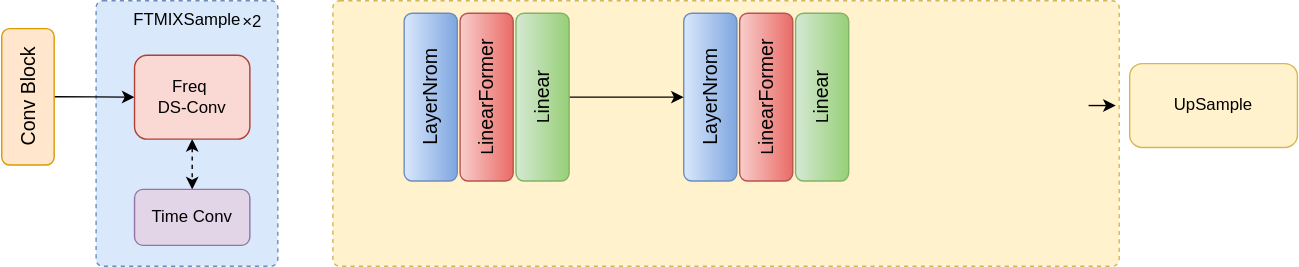
Earlier version of the draw.io export EnhanceNet.svg (cwhm123/EnhanceNet). Source tidied: cells renumbered, new cells last; positions are measured from the earlier drawing's top-left corner, leaving out a move shared by most shapes. The source it was exported from:
```xml
<mxGraphModel>
  <root>
    <mxCell id="0" />
    <mxCell id="1" parent="0" />
    <mxCell id="2" style="html=1;align=center;verticalAlign=top;rounded=1;absoluteArcSize=1;arcSize=10;dashed=1;whiteSpace=wrap;fillColor=#fff2cc;strokeColor=#d6b656;" parent="1" vertex="1">
      <mxGeometry x="267" width="562.5" height="190" as="geometry" />
    </mxCell>
    <mxCell id="3" value="&lt;font style=&quot;font-size: 14px;&quot;&gt;LayerNrom&lt;/font&gt;" style="rounded=1;whiteSpace=wrap;html=1;rotation=-90;fillColor=#dae8fc;strokeColor=#6c8ebf;gradientColor=#7ea6e0;" parent="1" vertex="1">
      <mxGeometry x="277" y="50" width="120" height="38" as="geometry" />
    </mxCell>
    <mxCell id="4" value="&lt;font style=&quot;font-size: 14px;&quot;&gt;LayerNrom&lt;/font&gt;" style="rounded=1;whiteSpace=wrap;html=1;rotation=-90;fillColor=#dae8fc;strokeColor=#6c8ebf;gradientColor=#7ea6e0;" parent="1" vertex="1">
      <mxGeometry x="477" y="50" width="120" height="38" as="geometry" />
    </mxCell>
    <mxCell id="5" value="L&lt;font style=&quot;font-size: 14px;&quot;&gt;inearFormer&lt;/font&gt;" style="rounded=1;whiteSpace=wrap;html=1;rotation=-90;fillColor=#f8cecc;strokeColor=#b85450;gradientColor=#ea6b66;" parent="1" vertex="1">
      <mxGeometry x="317" y="50" width="120" height="38" as="geometry" />
    </mxCell>
    <mxCell id="6" value="L&lt;font style=&quot;font-size: 14px;&quot;&gt;inearFormer&lt;/font&gt;" style="rounded=1;whiteSpace=wrap;html=1;rotation=-90;fillColor=#f8cecc;strokeColor=#b85450;gradientColor=#ea6b66;" parent="1" vertex="1">
      <mxGeometry x="517" y="50" width="120" height="38" as="geometry" />
    </mxCell>
    <mxCell id="7" style="edgeStyle=orthogonalEdgeStyle;rounded=0;jettySize=auto;html=1;exitX=0.5;exitY=1;exitDx=0;exitDy=0;entryX=0.5;entryY=0;entryDx=0;entryDy=0;flowAnimation=0;" parent="1" edge="1" source="8" target="4">
      <mxGeometry relative="1" as="geometry" />
    </mxCell>
    <mxCell id="8" value="L&lt;font style=&quot;font-size: 14px;&quot;&gt;inear&lt;/font&gt;" style="rounded=1;whiteSpace=wrap;html=1;rotation=-90;fillColor=#d5e8d4;strokeColor=#82b366;gradientColor=#97d077;" parent="1" vertex="1">
      <mxGeometry x="357" y="50" width="120" height="38" as="geometry" />
    </mxCell>
    <mxCell id="9" value="L&lt;font style=&quot;font-size: 14px;&quot;&gt;inear&lt;/font&gt;" style="rounded=1;whiteSpace=wrap;html=1;rotation=-90;fillColor=#d5e8d4;strokeColor=#82b366;gradientColor=#97d077;" parent="1" vertex="1">
      <mxGeometry x="557" y="50" width="120" height="38" as="geometry" />
    </mxCell>
    <mxCell id="10" value="FTMIXSample" style="html=1;align=center;verticalAlign=top;rounded=1;absoluteArcSize=1;arcSize=10;dashed=1;whiteSpace=wrap;fillColor=#dae8fc;strokeColor=#6c8ebf;" parent="1" vertex="1">
      <mxGeometry x="97.6" width="130" height="190" as="geometry" />
    </mxCell>
    <mxCell id="11" style="edgeStyle=orthogonalEdgeStyle;rounded=0;jettySize=auto;html=1;exitX=0.5;exitY=1;exitDx=0;exitDy=0;" parent="1" edge="1" source="12" target="14">
      <mxGeometry relative="1" as="geometry" />
    </mxCell>
    <mxCell id="12" value="&lt;span style=&quot;font-size: 14px;&quot;&gt;Conv Block&lt;/span&gt;" style="rounded=1;whiteSpace=wrap;html=1;rotation=-90;fillColor=#ffe6cc;strokeColor=#d79b00;" parent="1" vertex="1">
      <mxGeometry x="0.1" y="50" width="97.5" height="37.5" as="geometry" />
    </mxCell>
    <mxCell id="13" style="edgeStyle=orthogonalEdgeStyle;rounded=0;jettySize=auto;html=1;exitX=0.5;exitY=1;exitDx=0;exitDy=0;entryX=0.5;entryY=0;entryDx=0;entryDy=0;dashed=1;startArrow=classic;startFill=1;endArrow=classic;endFill=1;" parent="1" edge="1" source="14" target="15">
      <mxGeometry relative="1" as="geometry" />
    </mxCell>
    <mxCell id="14" value="Freq&amp;nbsp;&lt;div&gt;DS-Conv&lt;/div&gt;" style="rounded=1;whiteSpace=wrap;html=1;rotation=0;fillColor=#fad9d5;strokeColor=#ae4132;" parent="1" vertex="1">
      <mxGeometry x="125.1" y="39" width="82.5" height="60" as="geometry" />
    </mxCell>
    <mxCell id="15" value="Time Conv" style="rounded=1;whiteSpace=wrap;html=1;rotation=0;fillColor=#e1d5e7;strokeColor=#9673a6;" parent="1" vertex="1">
      <mxGeometry x="125.1" y="135" width="82.5" height="40" as="geometry" />
    </mxCell>
    <mxCell id="16" style="edgeStyle=orthogonalEdgeStyle;rounded=0;orthogonalLoop=1;jettySize=auto;html=1;exitX=1;exitY=0.5;exitDx=0;exitDy=0;" parent="1" edge="1">
      <mxGeometry relative="1" as="geometry">
        <mxPoint x="807.6" y="75" as="sourcePoint" />
        <mxPoint x="827" y="75.2" as="targetPoint" />
      </mxGeometry>
    </mxCell>
    <mxCell id="17" value="UpSample" style="rounded=1;whiteSpace=wrap;html=1;fillColor=#fff2cc;strokeColor=#d6b656;" parent="1" vertex="1">
      <mxGeometry x="837" y="45" width="120" height="60" as="geometry" />
    </mxCell>
    <mxCell id="18" value="×2" style="text;html=1;align=center;verticalAlign=middle;strokeColor=none;fillColor=none;" parent="1" vertex="1">
      <mxGeometry x="188.9" width="40" height="30" as="geometry" />
    </mxCell>
  </root>
</mxGraphModel>
```
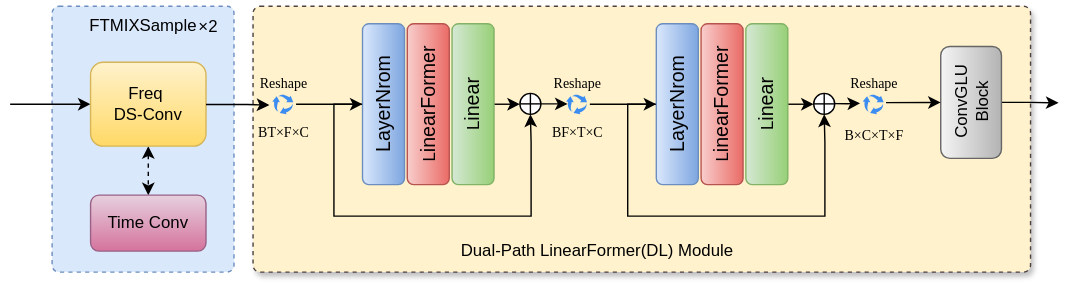
The same diagram one commit later.

Diff of the diagram source:
```diff
@@ -2,59 +2,154 @@
   <root>
     <mxCell id="0" />
     <mxCell id="1" parent="0" />
-    <mxCell id="2" style="html=1;align=center;verticalAlign=top;rounded=1;absoluteArcSize=1;arcSize=10;dashed=1;whiteSpace=wrap;fillColor=#fff2cc;strokeColor=#d6b656;" parent="1" vertex="1">
-      <mxGeometry x="267" width="562.5" height="190" as="geometry" />
+    <mxCell id="2" value="&amp;nbsp;" style="html=1;align=center;verticalAlign=top;rounded=1;absoluteArcSize=1;arcSize=10;dashed=1;whiteSpace=wrap;fillColor=#fff2cc;strokeColor=light-dark(#4f4040, #6d5100);glass=0;shadow=1;" parent="1" vertex="1">
+      <mxGeometry x="241.2" width="555.8" height="190" as="geometry" />
     </mxCell>
+    <mxCell id="19" style="edgeStyle=orthogonalEdgeStyle;rounded=0;jettySize=auto;html=1;exitX=0.5;exitY=0;exitDx=0;exitDy=0;entryX=0.5;entryY=1;entryDx=0;entryDy=0;" parent="1" edge="1" source="3" target="26">
+      <mxGeometry relative="1" as="geometry">
+        <Array as="points">
+          <mxPoint x="299" y="70" />
+          <mxPoint x="299" y="150" />
+          <mxPoint x="440" y="150" />
+          <mxPoint x="440" y="97" />
+        </Array>
+      </mxGeometry>
+    </mxCell>
     <mxCell id="3" value="&lt;font style=&quot;font-size: 14px;&quot;&gt;LayerNrom&lt;/font&gt;" style="rounded=1;whiteSpace=wrap;html=1;rotation=-90;fillColor=#dae8fc;strokeColor=#6c8ebf;gradientColor=#7ea6e0;" parent="1" vertex="1">
-      <mxGeometry x="277" y="50" width="120" height="38" as="geometry" />
+      <mxGeometry x="277" y="55" width="115" height="30" as="geometry" />
     </mxCell>
+    <mxCell id="20" style="edgeStyle=orthogonalEdgeStyle;rounded=0;jettySize=auto;html=1;exitX=0.5;exitY=0;exitDx=0;exitDy=0;entryX=0.5;entryY=1;entryDx=0;entryDy=0;" parent="1" edge="1" source="4" target="31">
+      <mxGeometry relative="1" as="geometry">
+        <Array as="points">
+          <mxPoint x="509" y="70" />
+          <mxPoint x="509" y="150" />
+          <mxPoint x="650" y="150" />
+          <mxPoint x="650" y="97" />
+        </Array>
+      </mxGeometry>
+    </mxCell>
     <mxCell id="4" value="&lt;font style=&quot;font-size: 14px;&quot;&gt;LayerNrom&lt;/font&gt;" style="rounded=1;whiteSpace=wrap;html=1;rotation=-90;fillColor=#dae8fc;strokeColor=#6c8ebf;gradientColor=#7ea6e0;" parent="1" vertex="1">
-      <mxGeometry x="477" y="50" width="120" height="38" as="geometry" />
+      <mxGeometry x="487" y="55" width="115" height="30" as="geometry" />
     </mxCell>
     <mxCell id="5" value="L&lt;font style=&quot;font-size: 14px;&quot;&gt;inearFormer&lt;/font&gt;" style="rounded=1;whiteSpace=wrap;html=1;rotation=-90;fillColor=#f8cecc;strokeColor=#b85450;gradientColor=#ea6b66;" parent="1" vertex="1">
-      <mxGeometry x="317" y="50" width="120" height="38" as="geometry" />
+      <mxGeometry x="309" y="55" width="115" height="30" as="geometry" />
     </mxCell>
     <mxCell id="6" value="L&lt;font style=&quot;font-size: 14px;&quot;&gt;inearFormer&lt;/font&gt;" style="rounded=1;whiteSpace=wrap;html=1;rotation=-90;fillColor=#f8cecc;strokeColor=#b85450;gradientColor=#ea6b66;" parent="1" vertex="1">
-      <mxGeometry x="517" y="50" width="120" height="38" as="geometry" />
+      <mxGeometry x="519" y="55" width="115" height="30" as="geometry" />
     </mxCell>
-    <mxCell id="7" style="edgeStyle=orthogonalEdgeStyle;rounded=0;jettySize=auto;html=1;exitX=0.5;exitY=1;exitDx=0;exitDy=0;entryX=0.5;entryY=0;entryDx=0;entryDy=0;flowAnimation=0;" parent="1" edge="1" source="8" target="4">
-      <mxGeometry relative="1" as="geometry" />
-    </mxCell>
+    <mxCell id="21" style="edgeStyle=orthogonalEdgeStyle;rounded=0;jettySize=auto;html=1;exitX=0.5;exitY=1;exitDx=0;exitDy=0;entryX=0;entryY=0.5;entryDx=0;entryDy=0;" parent="1" edge="1" source="8" target="26">
+      <mxGeometry relative="1" as="geometry" />
+    </mxCell>
     <mxCell id="8" value="L&lt;font style=&quot;font-size: 14px;&quot;&gt;inear&lt;/font&gt;" style="rounded=1;whiteSpace=wrap;html=1;rotation=-90;fillColor=#d5e8d4;strokeColor=#82b366;gradientColor=#97d077;" parent="1" vertex="1">
-      <mxGeometry x="357" y="50" width="120" height="38" as="geometry" />
+      <mxGeometry x="341" y="55" width="115" height="30" as="geometry" />
     </mxCell>
+    <mxCell id="22" style="edgeStyle=orthogonalEdgeStyle;rounded=0;jettySize=auto;html=1;exitX=0.5;exitY=1;exitDx=0;exitDy=0;entryX=0;entryY=0.5;entryDx=0;entryDy=0;" parent="1" edge="1" source="9" target="31">
+      <mxGeometry relative="1" as="geometry" />
+    </mxCell>
     <mxCell id="9" value="L&lt;font style=&quot;font-size: 14px;&quot;&gt;inear&lt;/font&gt;" style="rounded=1;whiteSpace=wrap;html=1;rotation=-90;fillColor=#d5e8d4;strokeColor=#82b366;gradientColor=#97d077;" parent="1" vertex="1">
-      <mxGeometry x="557" y="50" width="120" height="38" as="geometry" />
+      <mxGeometry x="551" y="55" width="115" height="30" as="geometry" />
     </mxCell>
     <mxCell id="10" value="FTMIXSample" style="html=1;align=center;verticalAlign=top;rounded=1;absoluteArcSize=1;arcSize=10;dashed=1;whiteSpace=wrap;fillColor=#dae8fc;strokeColor=#6c8ebf;" parent="1" vertex="1">
       <mxGeometry x="97.6" width="130" height="190" as="geometry" />
     </mxCell>
-    <mxCell id="11" style="edgeStyle=orthogonalEdgeStyle;rounded=0;jettySize=auto;html=1;exitX=0.5;exitY=1;exitDx=0;exitDy=0;" parent="1" edge="1" source="12" target="14">
-      <mxGeometry relative="1" as="geometry" />
+    <mxCell id="11" style="edgeStyle=orthogonalEdgeStyle;rounded=0;jettySize=auto;html=1;exitX=0.5;exitY=1;exitDx=0;exitDy=0;" parent="1" edge="1" target="14">
+      <mxGeometry relative="1" as="geometry">
+        <mxPoint x="67.6" y="70" as="sourcePoint" />
+        <Array as="points">
+          <mxPoint x="87" y="70" />
+          <mxPoint x="87" y="70" />
+        </Array>
+      </mxGeometry>
     </mxCell>
-    <mxCell id="12" value="&lt;span style=&quot;font-size: 14px;&quot;&gt;Conv Block&lt;/span&gt;" style="rounded=1;whiteSpace=wrap;html=1;rotation=-90;fillColor=#ffe6cc;strokeColor=#d79b00;" parent="1" vertex="1">
-      <mxGeometry x="0.1" y="50" width="97.5" height="37.5" as="geometry" />
-    </mxCell>
     <mxCell id="13" style="edgeStyle=orthogonalEdgeStyle;rounded=0;jettySize=auto;html=1;exitX=0.5;exitY=1;exitDx=0;exitDy=0;entryX=0.5;entryY=0;entryDx=0;entryDy=0;dashed=1;startArrow=classic;startFill=1;endArrow=classic;endFill=1;" parent="1" edge="1" source="14" target="15">
       <mxGeometry relative="1" as="geometry" />
     </mxCell>
-    <mxCell id="14" value="Freq&amp;nbsp;&lt;div&gt;DS-Conv&lt;/div&gt;" style="rounded=1;whiteSpace=wrap;html=1;rotation=0;fillColor=#fad9d5;strokeColor=#ae4132;" parent="1" vertex="1">
-      <mxGeometry x="125.1" y="39" width="82.5" height="60" as="geometry" />
+    <mxCell id="14" value="Freq&amp;nbsp;&lt;div&gt;DS-Conv&lt;/div&gt;" style="rounded=1;whiteSpace=wrap;html=1;rotation=0;fillColor=#fff2cc;strokeColor=#d6b656;gradientColor=#ffd966;" parent="1" vertex="1">
+      <mxGeometry x="125.1" y="40" width="82.5" height="60" as="geometry" />
     </mxCell>
-    <mxCell id="15" value="Time Conv" style="rounded=1;whiteSpace=wrap;html=1;rotation=0;fillColor=#e1d5e7;strokeColor=#9673a6;" parent="1" vertex="1">
+    <mxCell id="15" value="Time Conv" style="rounded=1;whiteSpace=wrap;html=1;rotation=0;fillColor=#e6d0de;strokeColor=#996185;gradientColor=#d5739d;" parent="1" vertex="1">
       <mxGeometry x="125.1" y="135" width="82.5" height="40" as="geometry" />
     </mxCell>
-    <mxCell id="16" style="edgeStyle=orthogonalEdgeStyle;rounded=0;orthogonalLoop=1;jettySize=auto;html=1;exitX=1;exitY=0.5;exitDx=0;exitDy=0;" parent="1" edge="1">
-      <mxGeometry relative="1" as="geometry">
-        <mxPoint x="807.6" y="75" as="sourcePoint" />
-        <mxPoint x="827" y="75.2" as="targetPoint" />
-      </mxGeometry>
-    </mxCell>
-    <mxCell id="17" value="UpSample" style="rounded=1;whiteSpace=wrap;html=1;fillColor=#fff2cc;strokeColor=#d6b656;" parent="1" vertex="1">
-      <mxGeometry x="837" y="45" width="120" height="60" as="geometry" />
-    </mxCell>
     <mxCell id="18" value="×2" style="text;html=1;align=center;verticalAlign=middle;strokeColor=none;fillColor=none;" parent="1" vertex="1">
       <mxGeometry x="188.9" width="40" height="30" as="geometry" />
     </mxCell>
+    <mxCell id="23" style="sketch=0;html=1;strokeColor=none;shadow=0;fillColor=#3B8DF1;verticalAlign=top;labelPosition=center;verticalLabelPosition=bottom;shape=mxgraph.gcp2.arrow_cycle;" parent="1" vertex="1">
+      <mxGeometry x="255" y="63" width="15" height="14.2" as="geometry" />
+    </mxCell>
+    <mxCell id="24" style="edgeStyle=orthogonalEdgeStyle;rounded=0;orthogonalLoop=1;jettySize=auto;html=1;exitX=1;exitY=0.5;exitDx=0;exitDy=0;entryX=-0.147;entryY=0.52;entryDx=0;entryDy=0;entryPerimeter=0;" parent="1" edge="1">
+      <mxGeometry relative="1" as="geometry">
+        <mxPoint x="207.6" y="70.2" as="sourcePoint" />
+        <mxPoint x="252.9" y="70.6" as="targetPoint" />
+        <Array as="points">
+          <mxPoint x="237" y="69.3" />
+        </Array>
+      </mxGeometry>
+    </mxCell>
+    <mxCell id="25" style="edgeStyle=orthogonalEdgeStyle;rounded=0;jettySize=auto;html=1;exitX=1;exitY=0.5;exitDx=0;exitDy=0;entryX=0.074;entryY=0.532;entryDx=0;entryDy=0;entryPerimeter=0;" parent="1" edge="1" source="26" target="28">
+      <mxGeometry relative="1" as="geometry" />
+    </mxCell>
+    <mxCell id="26" style="shape=orEllipse;perimeter=ellipsePerimeter;whiteSpace=wrap;html=1;backgroundOutline=1;" parent="1" vertex="1">
+      <mxGeometry x="432" y="62.2" width="15" height="15" as="geometry" />
+    </mxCell>
+    <mxCell id="27" style="endArrow=classic;html=1;rounded=0;entryX=0.5;entryY=0;entryDx=0;entryDy=0;" parent="1" edge="1" target="3">
+      <mxGeometry relative="1" as="geometry">
+        <mxPoint x="272" y="70" as="sourcePoint" />
+      </mxGeometry>
+    </mxCell>
+    <mxCell id="28" style="sketch=0;html=1;strokeColor=none;shadow=0;fillColor=#3B8DF1;verticalAlign=top;labelPosition=center;verticalLabelPosition=bottom;shape=mxgraph.gcp2.arrow_cycle;" parent="1" vertex="1">
+      <mxGeometry x="465" y="63" width="15" height="14.2" as="geometry" />
+    </mxCell>
+    <mxCell id="29" style="endArrow=classic;html=1;rounded=0;entryX=0.5;entryY=0;entryDx=0;entryDy=0;" parent="1" edge="1" target="4">
+      <mxGeometry relative="1" as="geometry">
+        <mxPoint x="482" y="70" as="sourcePoint" />
+      </mxGeometry>
+    </mxCell>
+    <mxCell id="30" style="edgeStyle=orthogonalEdgeStyle;rounded=0;orthogonalLoop=1;jettySize=auto;html=1;entryX=-0.124;entryY=0.416;entryDx=0;entryDy=0;entryPerimeter=0;" parent="1" edge="1">
+      <mxGeometry relative="1" as="geometry">
+        <mxPoint x="657" y="69.6" as="sourcePoint" />
+        <mxPoint x="675.1" y="69.3" as="targetPoint" />
+        <Array as="points">
+          <mxPoint x="666" y="70.1" />
+        </Array>
+      </mxGeometry>
+    </mxCell>
+    <mxCell id="31" style="shape=orEllipse;perimeter=ellipsePerimeter;whiteSpace=wrap;html=1;backgroundOutline=1;" parent="1" vertex="1">
+      <mxGeometry x="642" y="62.2" width="15" height="15" as="geometry" />
+    </mxCell>
+    <mxCell id="32" style="sketch=0;html=1;strokeColor=none;shadow=0;fillColor=#3B8DF1;verticalAlign=top;labelPosition=center;verticalLabelPosition=bottom;shape=mxgraph.gcp2.arrow_cycle;" parent="1" vertex="1">
+      <mxGeometry x="677" y="63" width="15" height="14.2" as="geometry" />
+    </mxCell>
+    <mxCell id="33" style="edgeStyle=orthogonalEdgeStyle;rounded=0;jettySize=auto;html=1;exitX=0.5;exitY=1;exitDx=0;exitDy=0;" parent="1" edge="1" source="34">
+      <mxGeometry relative="1" as="geometry">
+        <mxPoint x="817" y="69" as="targetPoint" />
+      </mxGeometry>
+    </mxCell>
+    <mxCell id="34" value="ConvGLU&lt;div&gt;Block&lt;/div&gt;" style="rounded=1;whiteSpace=wrap;html=1;fillColor=#f5f5f5;gradientColor=#b3b3b3;strokeColor=#666666;rotation=-90;" parent="1" vertex="1">
+      <mxGeometry x="714.5" y="47" width="80" height="43.4" as="geometry" />
+    </mxCell>
+    <mxCell id="35" style="endArrow=classic;html=1;rounded=0;entryX=0.5;entryY=0;entryDx=0;entryDy=0;exitX=1.114;exitY=0.41;exitDx=0;exitDy=0;exitPerimeter=0;" parent="1" edge="1" source="32" target="34">
+      <mxGeometry relative="1" as="geometry" />
+    </mxCell>
+    <mxCell id="36" value="&lt;font face=&quot;Times New Roman&quot;&gt;Reshape&lt;/font&gt;" style="text;html=1;align=center;verticalAlign=middle;strokeColor=none;fillColor=none;fontSize=10;fontFamily=Tahoma;" parent="1" vertex="1">
+      <mxGeometry x="232.5" y="40" width="60" height="30" as="geometry" />
+    </mxCell>
+    <mxCell id="37" value="&lt;font face=&quot;Times New Roman&quot;&gt;Reshape&lt;/font&gt;" style="text;html=1;align=center;verticalAlign=middle;strokeColor=none;fillColor=none;fontSize=10;fontFamily=Tahoma;" parent="1" vertex="1">
+      <mxGeometry x="442.5" y="40" width="60" height="30" as="geometry" />
+    </mxCell>
+    <mxCell id="38" value="&lt;font face=&quot;Times New Roman&quot;&gt;Reshape&lt;/font&gt;" style="text;html=1;align=center;verticalAlign=middle;strokeColor=none;fillColor=none;fontSize=10;fontFamily=Tahoma;" parent="1" vertex="1">
+      <mxGeometry x="654.5" y="40" width="60" height="30" as="geometry" />
+    </mxCell>
+    <mxCell id="39" value="&lt;font face=&quot;Comic Sans MS&quot; style=&quot;font-size: 10px;&quot;&gt;BT×F×C&lt;/font&gt;" style="text;html=1;align=center;verticalAlign=middle;strokeColor=none;fillColor=none;" parent="1" vertex="1">
+      <mxGeometry x="232.5" y="75" width="60" height="30" as="geometry" />
+    </mxCell>
+    <mxCell id="40" value="&lt;font face=&quot;Comic Sans MS&quot; style=&quot;font-size: 10px;&quot;&gt;BF×T×C&lt;/font&gt;" style="text;html=1;align=center;verticalAlign=middle;strokeColor=none;fillColor=none;" parent="1" vertex="1">
+      <mxGeometry x="442.5" y="75" width="60" height="30" as="geometry" />
+    </mxCell>
+    <mxCell id="41" value="&lt;font face=&quot;Comic Sans MS&quot; style=&quot;font-size: 10px;&quot;&gt;B×C×T×F&lt;/font&gt;" style="text;html=1;align=center;verticalAlign=middle;strokeColor=none;fillColor=none;" parent="1" vertex="1">
+      <mxGeometry x="654.5" y="77.2" width="60" height="30" as="geometry" />
+    </mxCell>
+    <mxCell id="42" value="Dual-Path LinearFormer(DL)&amp;nbsp;Module" style="text;html=1;align=center;verticalAlign=middle;strokeColor=none;fillColor=none;" parent="1" vertex="1">
+      <mxGeometry x="377" y="160" width="220" height="30" as="geometry" />
+    </mxCell>
   </root>
 </mxGraphModel>
```
